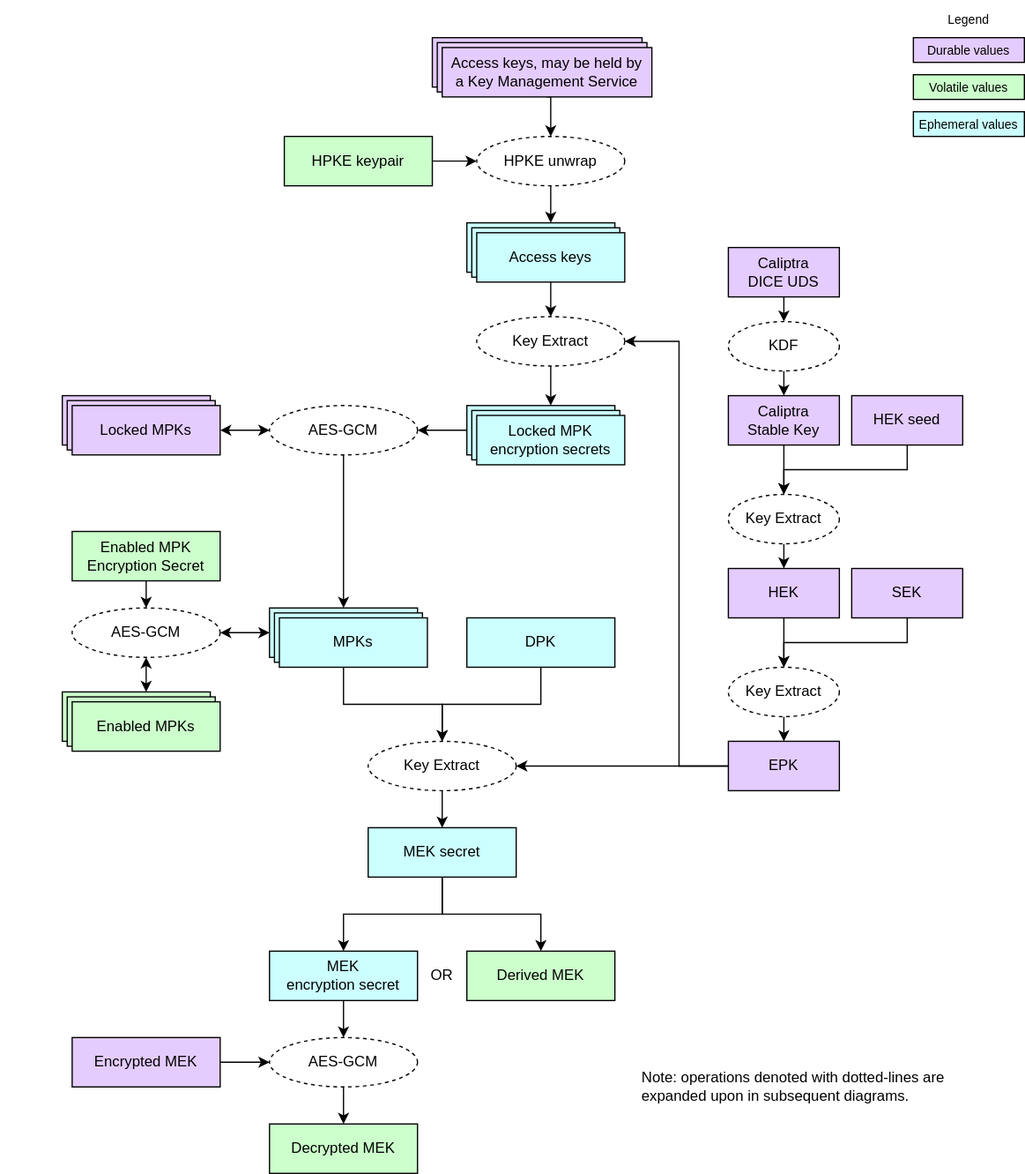
Before: doc/ocp_lock/diagrams/key_hierarchy.drawio.svg, a diagram exported from draw.io (chipsalliance/Caliptra). Source tidied: cells renumbered, new cells last; positions are measured from the earlier drawing's top-left corner, leaving out a move shared by most shapes.
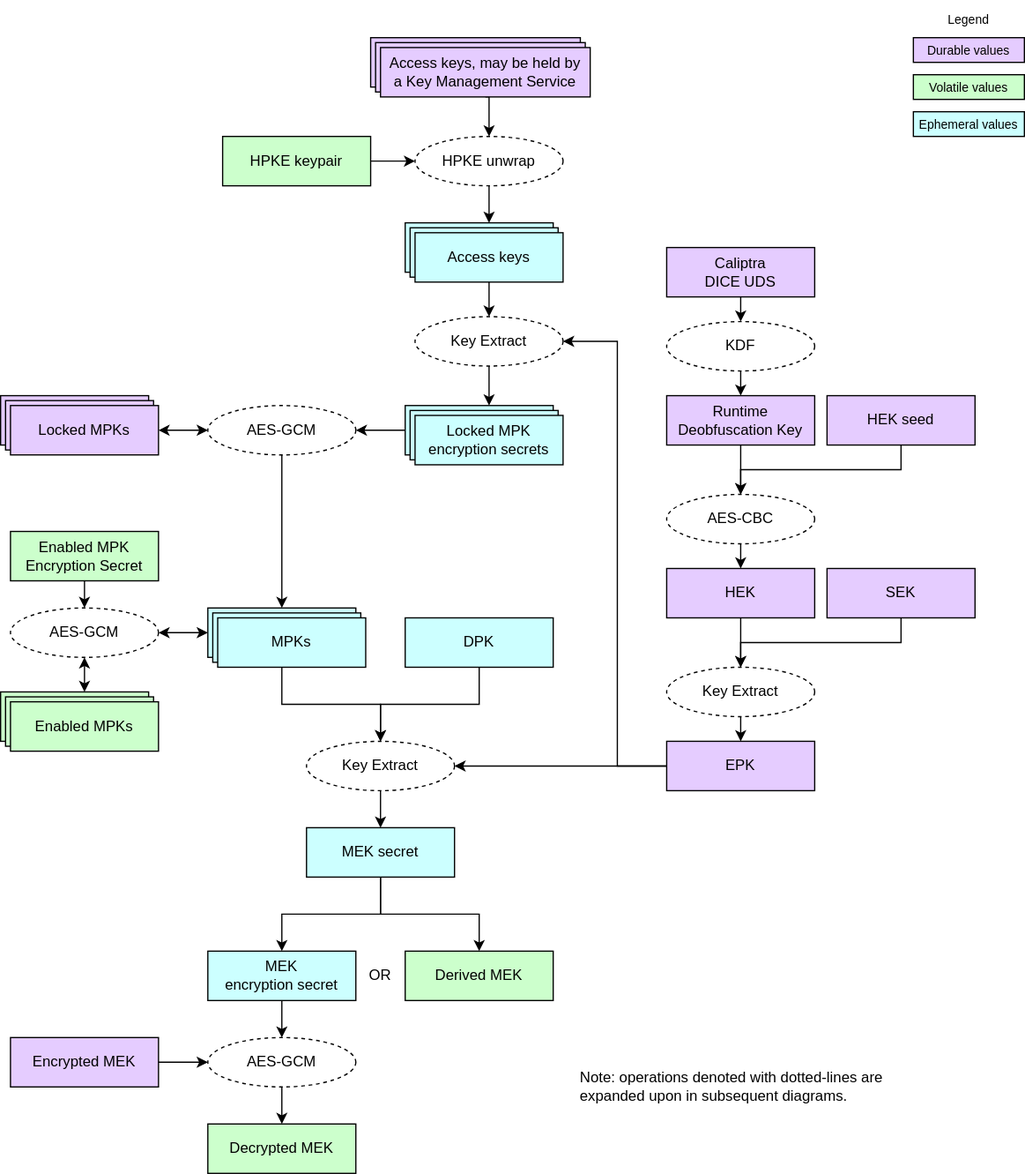
Above is the later version.

What changed in the source:
```diff
@@ -14,12 +14,6 @@
     <mxCell id="5" value="&lt;div&gt;&lt;font color=&quot;#000000&quot;&gt;Access keys, may be held by Key Management Service&lt;/font&gt;&lt;/div&gt;" style="rounded=0;whiteSpace=wrap;html=1;align=center;verticalAlign=middle;shadow=0;glass=0;spacingLeft=0;spacingBottom=0;spacingTop=0;fillColor=#E5CCFF;" parent="1" vertex="1">
       <mxGeometry x="354" y="34" width="170" height="40" as="geometry" />
     </mxCell>
-    <mxCell id="6" style="edgeStyle=orthogonalEdgeStyle;html=1;exitX=0.5;exitY=1;exitDx=0;exitDy=0;entryX=0.5;entryY=0;entryDx=0;entryDy=0;rounded=0;" parent="1" edge="1" source="7" target="65">
-      <mxGeometry relative="1" as="geometry" />
-    </mxCell>
-    <mxCell id="7" value="SEK" style="rounded=0;whiteSpace=wrap;html=1;align=center;verticalAlign=middle;shadow=0;glass=0;spacingLeft=0;spacingBottom=0;spacingTop=0;fillColor=#E5CCFF;" parent="1" vertex="1">
-      <mxGeometry x="690" y="460" width="90" height="40" as="geometry" />
-    </mxCell>
     <mxCell id="8" style="rounded=0;whiteSpace=wrap;html=1;align=center;verticalAlign=middle;shadow=0;glass=0;spacingLeft=0;spacingBottom=0;spacingTop=0;fillColor=#CCFFFF;" parent="1" vertex="1">
       <mxGeometry x="382" y="332" width="120" height="40" as="geometry" />
     </mxCell>
@@ -56,16 +50,16 @@
       <mxGeometry x="358" y="38" width="170" height="40" as="geometry" />
     </mxCell>
     <mxCell id="19" value="&lt;div&gt;&lt;font color=&quot;#000000&quot;&gt;Durable values&lt;/font&gt;&lt;/div&gt;" style="rounded=0;whiteSpace=wrap;html=1;align=center;verticalAlign=middle;shadow=0;glass=0;spacingLeft=0;spacingBottom=0;spacingTop=0;fillColor=#E5CCFF;fontSize=10;" parent="1" vertex="1">
-      <mxGeometry x="740" y="30" width="90" height="20" as="geometry" />
+      <mxGeometry x="790" y="30" width="90" height="20" as="geometry" />
     </mxCell>
     <mxCell id="20" value="&lt;div&gt;&lt;font color=&quot;#000000&quot;&gt;Volatile values&lt;/font&gt;&lt;/div&gt;" style="rounded=0;whiteSpace=wrap;html=1;align=center;verticalAlign=middle;shadow=0;glass=0;spacingLeft=0;spacingBottom=0;spacingTop=0;fillColor=#CCFFCC;fontSize=10;" parent="1" vertex="1">
-      <mxGeometry x="740" y="60" width="90" height="20" as="geometry" />
+      <mxGeometry x="790" y="60" width="90" height="20" as="geometry" />
     </mxCell>
     <mxCell id="21" value="Legend" style="text;strokeColor=none;align=center;fillColor=none;html=1;verticalAlign=middle;whiteSpace=wrap;rounded=0;fontSize=10;" parent="1" vertex="1">
-      <mxGeometry x="755" width="60" height="30" as="geometry" />
+      <mxGeometry x="805" width="60" height="30" as="geometry" />
     </mxCell>
     <mxCell id="22" value="&lt;div&gt;&lt;font color=&quot;#000000&quot;&gt;Ephemeral values&lt;/font&gt;&lt;/div&gt;" style="rounded=0;whiteSpace=wrap;html=1;align=center;verticalAlign=middle;shadow=0;glass=0;spacingLeft=0;spacingBottom=0;spacingTop=0;fillColor=#CCFFFF;fontSize=10;" parent="1" vertex="1">
-      <mxGeometry x="740" y="90" width="90" height="20" as="geometry" />
+      <mxGeometry x="790" y="90" width="90" height="20" as="geometry" />
     </mxCell>
     <mxCell id="23" style="edgeStyle=none;html=1;entryX=1;entryY=0.5;entryDx=0;entryDy=0;startArrow=classic;startFill=1;exitX=0;exitY=0.5;exitDx=0;exitDy=0;" parent="1" edge="1" source="24" target="55">
       <mxGeometry relative="1" as="geometry" />
@@ -136,11 +130,14 @@
     <mxCell id="43" style="endArrow=classic;html=1;exitX=0.5;exitY=1;exitDx=0;exitDy=0;entryX=0.5;entryY=0;entryDx=0;entryDy=0;endSize=6;startSize=6;" parent="1" edge="1" source="42" target="40">
       <mxGeometry relative="1" as="geometry" />
     </mxCell>
-    <mxCell id="44" style="edgeStyle=orthogonalEdgeStyle;html=1;exitX=0.5;exitY=1;exitDx=0;exitDy=0;entryX=0.5;entryY=0;entryDx=0;entryDy=0;rounded=0;" parent="1" edge="1" source="45" target="65">
+    <mxCell id="44" style="edgeStyle=orthogonalEdgeStyle;html=1;exitX=0.5;exitY=1;exitDx=0;exitDy=0;entryX=0.5;entryY=0;entryDx=0;entryDy=0;rounded=0;" parent="1" edge="1" source="7" target="65">
       <mxGeometry relative="1" as="geometry" />
     </mxCell>
+    <mxCell id="79" style="edgeStyle=none;html=1;exitX=0.5;exitY=1;exitDx=0;exitDy=0;entryX=0.5;entryY=0;entryDx=0;entryDy=0;" parent="1" edge="1" source="45" target="65">
+      <mxGeometry relative="1" as="geometry" />
+    </mxCell>
     <mxCell id="45" value="&lt;div&gt;&lt;font color=&quot;#000000&quot;&gt;HEK&lt;/font&gt;&lt;/div&gt;" style="rounded=0;whiteSpace=wrap;html=1;align=center;verticalAlign=middle;shadow=0;glass=0;spacingLeft=0;spacingBottom=0;spacingTop=0;fillColor=#E5CCFF;" parent="1" vertex="1">
-      <mxGeometry x="590" y="460" width="90" height="40" as="geometry" />
+      <mxGeometry x="590" y="460" width="120" height="40" as="geometry" />
     </mxCell>
     <mxCell id="46" style="edgeStyle=none;html=1;exitX=1;exitY=0.5;exitDx=0;exitDy=0;entryX=0;entryY=0.5;entryDx=0;entryDy=0;" parent="1" edge="1" source="47" target="42">
       <mxGeometry relative="1" as="geometry" />
@@ -190,7 +187,7 @@
       </mxGeometry>
     </mxCell>
     <mxCell id="60" style="rounded=0;whiteSpace=wrap;html=1;align=center;verticalAlign=middle;shadow=0;glass=0;spacingLeft=0;spacingBottom=0;spacingTop=0;fillColor=#FFFFFF;fontSize=10;strokeColor=#FFFFFF;" parent="1" vertex="1">
-      <mxGeometry width="90" height="20" as="geometry" />
+      <mxGeometry x="50" width="90" height="20" as="geometry" />
     </mxCell>
     <mxCell id="61" style="edgeStyle=none;html=1;exitX=0;exitY=0.5;exitDx=0;exitDy=0;entryX=1;entryY=0.5;entryDx=0;entryDy=0;" parent="1" edge="1" source="63" target="29">
       <mxGeometry relative="1" as="geometry" />
@@ -204,13 +201,13 @@
       </mxGeometry>
     </mxCell>
     <mxCell id="63" value="&lt;div&gt;&lt;font color=&quot;#000000&quot;&gt;EPK&lt;/font&gt;&lt;/div&gt;" style="rounded=0;whiteSpace=wrap;html=1;align=center;verticalAlign=middle;shadow=0;glass=0;spacingLeft=0;spacingBottom=0;spacingTop=0;fillColor=#E5CCFF;" parent="1" vertex="1">
-      <mxGeometry x="590" y="600" width="90" height="40" as="geometry" />
+      <mxGeometry x="590" y="600" width="120" height="40" as="geometry" />
     </mxCell>
     <mxCell id="64" style="edgeStyle=none;html=1;exitX=0.5;exitY=1;exitDx=0;exitDy=0;entryX=0.5;entryY=0;entryDx=0;entryDy=0;" parent="1" edge="1" source="65" target="63">
       <mxGeometry relative="1" as="geometry" />
     </mxCell>
     <mxCell id="65" value="&lt;span style=&quot;color: rgb(0, 0, 0);&quot;&gt;Key Extract&lt;/span&gt;" style="ellipse;whiteSpace=wrap;html=1;fillColor=#FFFFFF;dashed=1;" parent="1" vertex="1">
-      <mxGeometry x="590" y="540" width="90" height="40" as="geometry" />
+      <mxGeometry x="590" y="540" width="120" height="40" as="geometry" />
     </mxCell>
     <mxCell id="66" style="edgeStyle=orthogonalEdgeStyle;html=1;exitX=0.5;exitY=1;exitDx=0;exitDy=0;entryX=0.5;entryY=0;entryDx=0;entryDy=0;rounded=0;" parent="1" edge="1" source="68" target="32">
       <mxGeometry relative="1" as="geometry" />
@@ -224,32 +221,35 @@
     <mxCell id="69" style="edgeStyle=orthogonalEdgeStyle;html=1;exitX=0.5;exitY=1;exitDx=0;exitDy=0;entryX=0.5;entryY=0;entryDx=0;entryDy=0;rounded=0;" parent="1" edge="1" source="70" target="74">
       <mxGeometry relative="1" as="geometry" />
     </mxCell>
-    <mxCell id="70" value="&lt;span style=&quot;color: rgb(0, 0, 0);&quot;&gt;Caliptra&lt;/span&gt;&lt;div&gt;Stable Key&lt;/div&gt;" style="rounded=0;whiteSpace=wrap;html=1;align=center;verticalAlign=middle;shadow=0;glass=0;spacingLeft=0;spacingBottom=0;spacingTop=0;fillColor=#E5CCFF;" parent="1" vertex="1">
-      <mxGeometry x="590" y="320" width="90" height="40" as="geometry" />
+    <mxCell id="70" value="Runtime Deobfuscation Key" style="rounded=0;whiteSpace=wrap;html=1;align=center;verticalAlign=middle;shadow=0;glass=0;spacingLeft=0;spacingBottom=0;spacingTop=0;fillColor=#E5CCFF;" parent="1" vertex="1">
+      <mxGeometry x="590" y="320" width="120" height="40" as="geometry" />
     </mxCell>
-    <mxCell id="71" style="edgeStyle=orthogonalEdgeStyle;html=1;exitX=0.5;exitY=1;exitDx=0;exitDy=0;entryX=0.5;entryY=0;entryDx=0;entryDy=0;rounded=0;" parent="1" edge="1" source="72" target="74">
-      <mxGeometry relative="1" as="geometry" />
-    </mxCell>
-    <mxCell id="72" value="&lt;span style=&quot;color: rgb(0, 0, 0);&quot;&gt;&lt;span style=&quot;color: rgb(0, 0, 0);&quot;&gt;HEK seed&lt;/span&gt;&lt;/span&gt;" style="rounded=0;whiteSpace=wrap;html=1;align=center;verticalAlign=middle;shadow=0;glass=0;spacingLeft=0;spacingBottom=0;spacingTop=0;fillColor=#E5CCFF;" parent="1" vertex="1">
-      <mxGeometry x="690" y="320" width="90" height="40" as="geometry" />
-    </mxCell>
-    <mxCell id="73" style="edgeStyle=none;html=1;exitX=0.5;exitY=1;exitDx=0;exitDy=0;entryX=0.5;entryY=0;entryDx=0;entryDy=0;" parent="1" edge="1" source="74" target="45">
-      <mxGeometry relative="1" as="geometry" />
-    </mxCell>
-    <mxCell id="74" value="&lt;span style=&quot;color: rgb(0, 0, 0);&quot;&gt;Key Extract&lt;/span&gt;" style="ellipse;whiteSpace=wrap;html=1;fillColor=#FFFFFF;dashed=1;" parent="1" vertex="1">
-      <mxGeometry x="590" y="400" width="90" height="40" as="geometry" />
+    <mxCell id="74" value="&lt;span style=&quot;color: rgb(0, 0, 0);&quot;&gt;AES-CBC&lt;/span&gt;" style="ellipse;whiteSpace=wrap;html=1;fillColor=#FFFFFF;dashed=1;" parent="1" vertex="1">
+      <mxGeometry x="590" y="400" width="120" height="40" as="geometry" />
     </mxCell>
     <mxCell id="75" style="edgeStyle=orthogonalEdgeStyle;html=1;exitX=0.5;exitY=1;exitDx=0;exitDy=0;entryX=0.5;entryY=0;entryDx=0;entryDy=0;rounded=0;" parent="1" edge="1" source="76" target="78">
       <mxGeometry relative="1" as="geometry" />
     </mxCell>
     <mxCell id="76" value="&lt;div&gt;&lt;font color=&quot;#000000&quot;&gt;Caliptra&lt;/font&gt;&lt;/div&gt;&lt;div&gt;&lt;font color=&quot;#000000&quot;&gt;DICE UDS&lt;/font&gt;&lt;/div&gt;" style="rounded=0;whiteSpace=wrap;html=1;align=center;verticalAlign=middle;shadow=0;glass=0;spacingLeft=0;spacingBottom=0;spacingTop=0;fillColor=#E5CCFF;" parent="1" vertex="1">
-      <mxGeometry x="590" y="200" width="90" height="40" as="geometry" />
+      <mxGeometry x="590" y="200" width="120" height="40" as="geometry" />
     </mxCell>
     <mxCell id="77" style="edgeStyle=none;html=1;exitX=0.5;exitY=1;exitDx=0;exitDy=0;entryX=0.5;entryY=0;entryDx=0;entryDy=0;" parent="1" edge="1" source="78" target="70">
       <mxGeometry relative="1" as="geometry" />
     </mxCell>
     <mxCell id="78" value="KDF" style="ellipse;whiteSpace=wrap;html=1;fillColor=#FFFFFF;dashed=1;" parent="1" vertex="1">
-      <mxGeometry x="590" y="260" width="90" height="40" as="geometry" />
+      <mxGeometry x="590" y="260" width="120" height="40" as="geometry" />
     </mxCell>
+    <mxCell id="73" style="edgeStyle=none;html=1;exitX=0.5;exitY=1;exitDx=0;exitDy=0;entryX=0.5;entryY=0;entryDx=0;entryDy=0;" parent="1" edge="1" source="74" target="45">
+      <mxGeometry relative="1" as="geometry" />
+    </mxCell>
+    <mxCell id="7" value="&lt;div&gt;&lt;font color=&quot;#000000&quot;&gt;SEK&lt;/font&gt;&lt;/div&gt;" style="rounded=0;whiteSpace=wrap;html=1;align=center;verticalAlign=middle;shadow=0;glass=0;spacingLeft=0;spacingBottom=0;spacingTop=0;fillColor=#E5CCFF;" parent="1" vertex="1">
+      <mxGeometry x="720" y="460" width="120" height="40" as="geometry" />
+    </mxCell>
+    <mxCell id="71" style="edgeStyle=orthogonalEdgeStyle;html=1;exitX=0.5;exitY=1;exitDx=0;exitDy=0;entryX=0.5;entryY=0;entryDx=0;entryDy=0;rounded=0;" parent="1" edge="1" source="72" target="74">
+      <mxGeometry relative="1" as="geometry" />
+    </mxCell>
+    <mxCell id="72" value="&lt;div&gt;&lt;font color=&quot;#000000&quot;&gt;HEK seed&lt;/font&gt;&lt;/div&gt;" style="rounded=0;whiteSpace=wrap;html=1;align=center;verticalAlign=middle;shadow=0;glass=0;spacingLeft=0;spacingBottom=0;spacingTop=0;fillColor=#E5CCFF;" parent="1" vertex="1">
+      <mxGeometry x="720" y="320" width="120" height="40" as="geometry" />
+    </mxCell>
   </root>
 </mxGraphModel>
```
